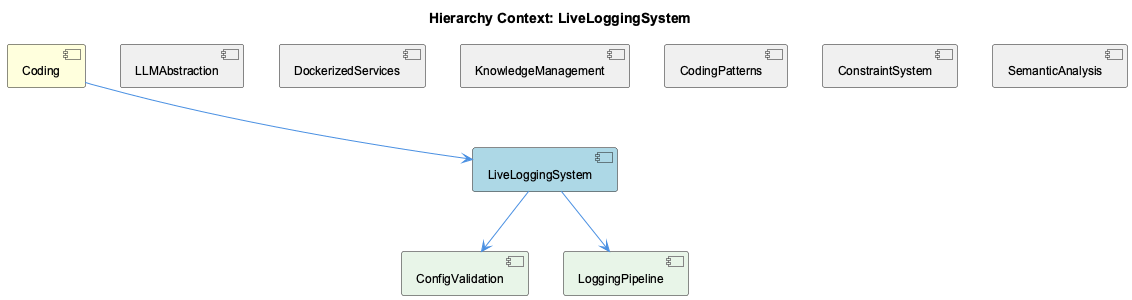
This is knowledge-management/insights/images/live-logging-system-relationship.png from fwornle/coding, a PlantUML export, as it was before one commit. The source it was exported from:
```plantuml
@startuml
!include _standard-style.puml

title Hierarchy Context: LiveLoggingSystem

[Coding] as coding #FFFFDD
[LiveLoggingSystem] as live_logging_system #LightBlue
[LLMAbstraction] as llmabstraction #F0F0F0
[DockerizedServices] as dockerized_services #F0F0F0
[KnowledgeManagement] as knowledge_management #F0F0F0
[CodingPatterns] as coding_patterns #F0F0F0
[ConstraintSystem] as constraint_system #F0F0F0
[SemanticAnalysis] as semantic_analysis #F0F0F0
[ConfigValidation] as config_validation #E8F5E8
[LoggingPipeline] as logging_pipeline #E8F5E8

coding --> live_logging_system
llmabstraction -[hidden]- live_logging_system
dockerized_services -[hidden]- live_logging_system
knowledge_management -[hidden]- live_logging_system
coding_patterns -[hidden]- live_logging_system
constraint_system -[hidden]- live_logging_system
semantic_analysis -[hidden]- live_logging_system
live_logging_system --> config_validation
live_logging_system --> logging_pipeline

@enduml
```
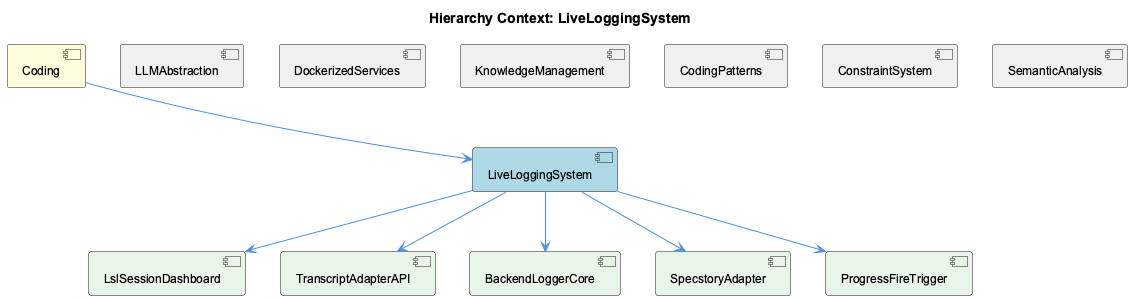
The same file after the commit.

Diff of the diagram source:
```diff
@@ -11,8 +11,11 @@
 [CodingPatterns] as coding_patterns #F0F0F0
 [ConstraintSystem] as constraint_system #F0F0F0
 [SemanticAnalysis] as semantic_analysis #F0F0F0
-[ConfigValidation] as config_validation #E8F5E8
-[LoggingPipeline] as logging_pipeline #E8F5E8
+[LslSessionDashboard] as lsl_session_dashboard #E8F5E8
+[TranscriptAdapterAPI] as transcript_adapter_api #E8F5E8
+[BackendLoggerCore] as backend_logger_core #E8F5E8
+[SpecstoryAdapter] as specstory_adapter #E8F5E8
+[ProgressFireTrigger] as progress_fire_trigger #E8F5E8
 
 coding --> live_logging_system
 llmabstraction -[hidden]- live_logging_system
@@ -21,7 +24,10 @@
 coding_patterns -[hidden]- live_logging_system
 constraint_system -[hidden]- live_logging_system
 semantic_analysis -[hidden]- live_logging_system
-live_logging_system --> config_validation
-live_logging_system --> logging_pipeline
+live_logging_system --> lsl_session_dashboard
+live_logging_system --> transcript_adapter_api
+live_logging_system --> backend_logger_core
+live_logging_system --> specstory_adapter
+live_logging_system --> progress_fire_trigger
 
 @enduml
```
